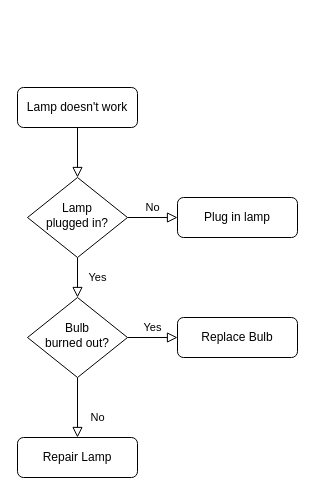
This is Untitled Diagram.drawio from leonardin999/DiagramIO, a draw.io file, before an edit. Source tidied: cells renumbered, new cells numbered last; positions are measured from the earlier drawing's top-left corner, leaving out a move shared by most shapes. Both pictures are drawn from the tidied source at 100%, with x=0, y=0 at pixel (17, 87).
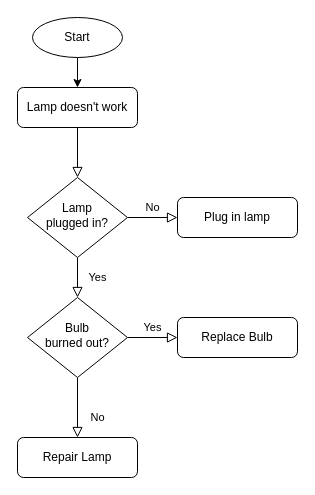
After the change.

What changed in the source:
```diff
@@
 <mxGraphModel>
   <root>
     <mxCell id="0" />
     <mxCell id="1" parent="0" />
     <mxCell id="2" style="rounded=0;html=1;jettySize=auto;fontSize=11;endArrow=block;endFill=0;endSize=8;strokeWidth=1;shadow=0;labelBackgroundColor=none;edgeStyle=orthogonalEdgeStyle;" parent="1" edge="1" source="3" target="6">
       <mxGeometry relative="1" as="geometry" />
     </mxCell>
     <mxCell id="3" value="Lamp doesn't work" style="rounded=1;whiteSpace=wrap;html=1;fontSize=12;glass=0;strokeWidth=1;shadow=0;" parent="1" vertex="1">
       <mxGeometry width="120" height="40" as="geometry" />
     </mxCell>
     <mxCell id="4" value="Yes" style="rounded=0;html=1;jettySize=auto;fontSize=11;endArrow=block;endFill=0;endSize=8;strokeWidth=1;shadow=0;labelBackgroundColor=none;edgeStyle=orthogonalEdgeStyle;" parent="1" edge="1" source="6" target="10">
       <mxGeometry y="20" relative="1" as="geometry" />
     </mxCell>
     <mxCell id="5" value="No" style="edgeStyle=orthogonalEdgeStyle;rounded=0;html=1;jettySize=auto;fontSize=11;endArrow=block;endFill=0;endSize=8;strokeWidth=1;shadow=0;labelBackgroundColor=none;" parent="1" edge="1" source="6" target="7">
       <mxGeometry y="10" relative="1" as="geometry" />
     </mxCell>
     <mxCell id="6" value="Lamp&lt;br&gt;plugged in?" style="rhombus;whiteSpace=wrap;html=1;shadow=0;fontFamily=Helvetica;fontSize=12;align=center;strokeWidth=1;spacing=6;spacingTop=-4;" parent="1" vertex="1">
       <mxGeometry x="10" y="90" width="100" height="80" as="geometry" />
     </mxCell>
     <mxCell id="7" value="Plug in lamp" style="rounded=1;whiteSpace=wrap;html=1;fontSize=12;glass=0;strokeWidth=1;shadow=0;" parent="1" vertex="1">
       <mxGeometry x="160" y="110" width="120" height="40" as="geometry" />
     </mxCell>
     <mxCell id="8" value="No" style="rounded=0;html=1;jettySize=auto;fontSize=11;endArrow=block;endFill=0;endSize=8;strokeWidth=1;shadow=0;labelBackgroundColor=none;edgeStyle=orthogonalEdgeStyle;" parent="1" edge="1" source="10" target="11">
       <mxGeometry x="0.33" y="20" relative="1" as="geometry" />
     </mxCell>
     <mxCell id="9" value="Yes" style="edgeStyle=orthogonalEdgeStyle;rounded=0;html=1;jettySize=auto;fontSize=11;endArrow=block;endFill=0;endSize=8;strokeWidth=1;shadow=0;labelBackgroundColor=none;" parent="1" edge="1" source="10" target="12">
       <mxGeometry y="10" relative="1" as="geometry" />
     </mxCell>
     <mxCell id="10" value="Bulb&lt;br&gt;burned out?" style="rhombus;whiteSpace=wrap;html=1;shadow=0;fontFamily=Helvetica;fontSize=12;align=center;strokeWidth=1;spacing=6;spacingTop=-4;" parent="1" vertex="1">
       <mxGeometry x="10" y="210" width="100" height="80" as="geometry" />
     </mxCell>
     <mxCell id="11" value="Repair Lamp" style="rounded=1;whiteSpace=wrap;html=1;fontSize=12;glass=0;strokeWidth=1;shadow=0;" parent="1" vertex="1">
       <mxGeometry y="350" width="120" height="40" as="geometry" />
     </mxCell>
     <mxCell id="12" value="Replace Bulb" style="rounded=1;whiteSpace=wrap;html=1;fontSize=12;glass=0;strokeWidth=1;shadow=0;" parent="1" vertex="1">
       <mxGeometry x="160" y="230" width="120" height="40" as="geometry" />
     </mxCell>
+    <mxCell id="13" style="edgeStyle=orthogonalEdgeStyle;rounded=0;jettySize=auto;html=1;exitX=0.5;exitY=1;exitDx=0;exitDy=0;entryX=0.5;entryY=0;entryDx=0;entryDy=0;" parent="1" edge="1" source="14" target="3">
+      <mxGeometry relative="1" as="geometry" />
+    </mxCell>
+    <mxCell id="14" value="Start" style="ellipse;whiteSpace=wrap;html=1;" parent="1" vertex="1">
+      <mxGeometry x="15" y="-70" width="90" height="40" as="geometry" />
+    </mxCell>
   </root>
 </mxGraphModel>
```
